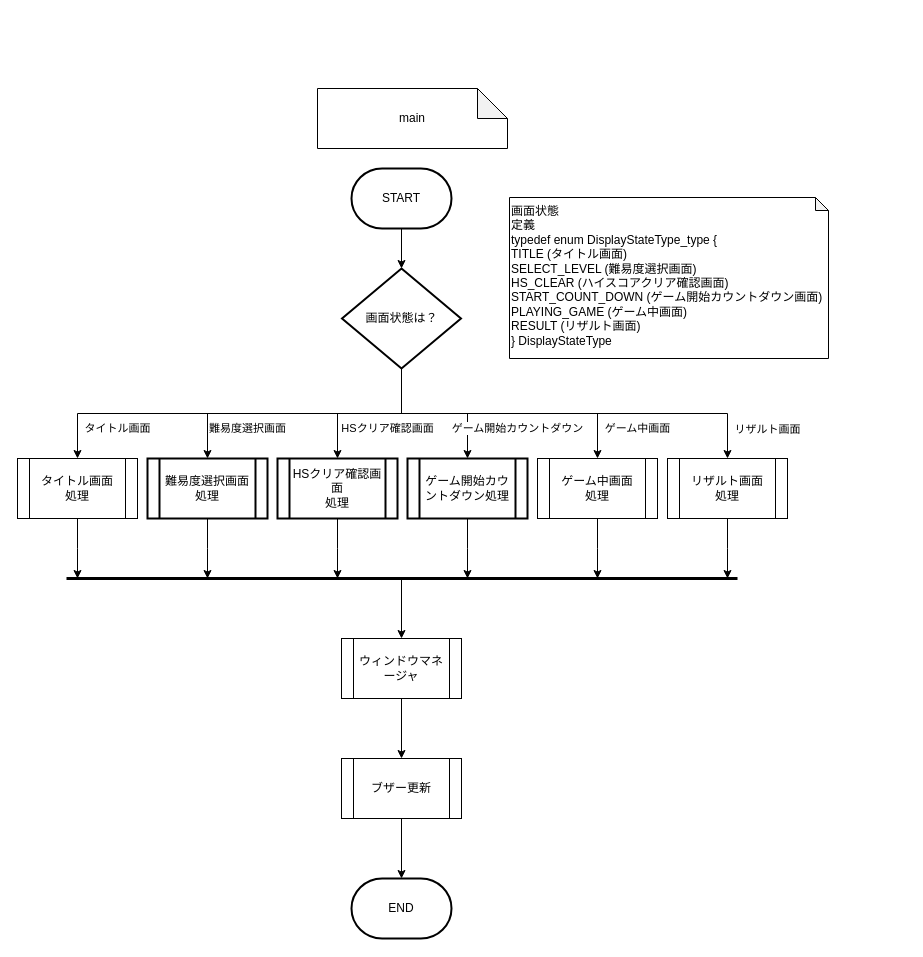
The draw.io diagram page "main" (1 of 10) of 資料/設計書/フローチャート/モグラ叩き_フローチャート_ゲーム前.drawio in hakohumi/comp.train.whack-a-mole, before the edit. Source tidied: cells renumbered, new cells numbered last; positions are measured from the earlier drawing's top-left corner, leaving out a move shared by most shapes. Both pictures are drawn from the tidied source at 100%, with x=0, y=0 at pixel (17, 88).
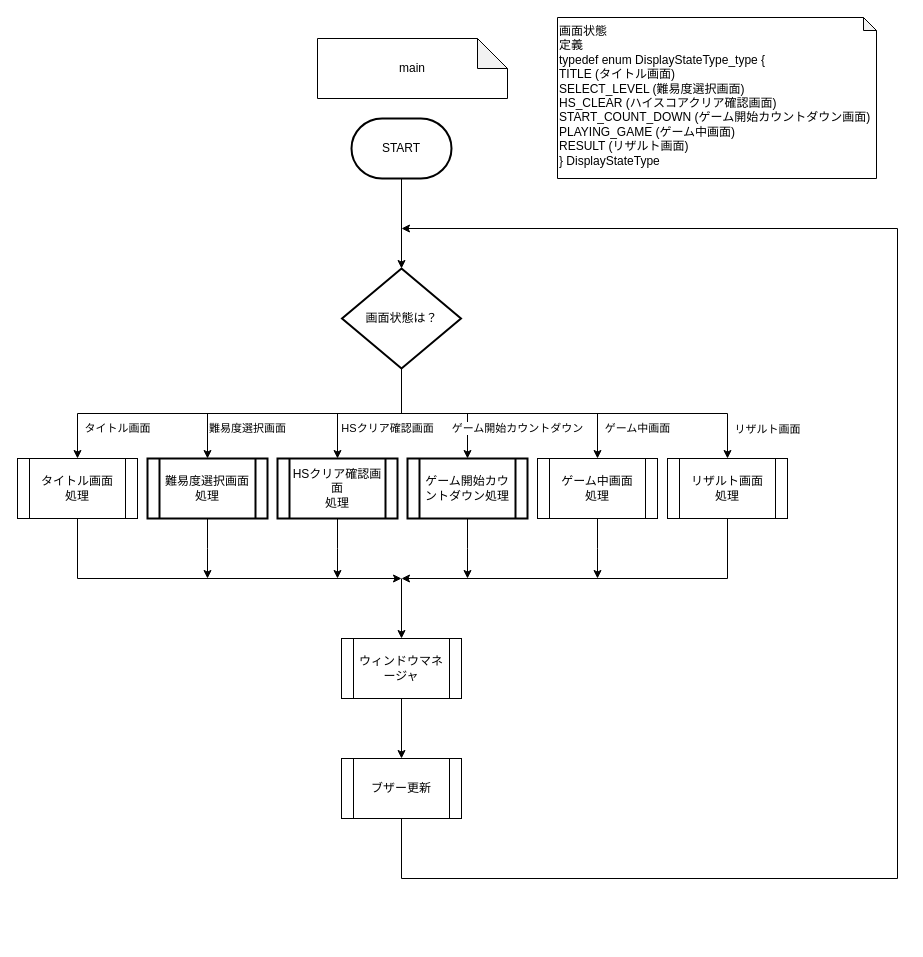
The same page after the edit.

Unchanged cells that the change refers to:
```xml
<mxCell id="10" value="画面状態は？" style="strokeWidth=2;html=1;shape=mxgraph.flowchart.decision;whiteSpace=wrap;" parent="1" vertex="1">
  <mxGeometry x="324.5" y="180" width="119" height="100" as="geometry" />
</mxCell>
<mxCell id="12" value="タイトル画面&lt;br&gt;処理" style="shape=process;whiteSpace=wrap;html=1;backgroundOutline=1;" parent="1" vertex="1">
  <mxGeometry y="370" width="120" height="60" as="geometry" />
</mxCell>
<mxCell id="16" value="リザルト画面&lt;br&gt;処理" style="shape=process;whiteSpace=wrap;html=1;backgroundOutline=1;" parent="1" vertex="1">
  <mxGeometry x="650" y="370" width="120" height="60" as="geometry" />
</mxCell>
<mxCell id="30" value="ブザー更新" style="shape=process;whiteSpace=wrap;html=1;backgroundOutline=1;" parent="1" vertex="1">
  <mxGeometry x="324" y="670" width="120" height="60" as="geometry" />
</mxCell>
```

What changed in the source:
```diff
@@
-    <mxCell id="2" style="edgeStyle=orthogonalEdgeStyle;rounded=0;jettySize=auto;html=1;" parent="1" edge="1" source="3" target="10">
+    <mxCell id="2" style="edgeStyle=orthogonalEdgeStyle;rounded=0;jettySize=auto;html=1;exitX=0.5;exitY=1;exitDx=0;exitDy=0;exitPerimeter=0;" parent="1" edge="1" source="3" target="10">
       <mxGeometry relative="1" as="geometry" />
     </mxCell>
     <mxCell id="3" value="START" style="strokeWidth=2;html=1;shape=mxgraph.flowchart.terminator;whiteSpace=wrap;" parent="1" vertex="1">
-      <mxGeometry x="334" y="80" width="100" height="60" as="geometry" />
+      <mxGeometry x="334" y="30" width="100" height="60" as="geometry" />
     </mxCell>
@@
     <mxCell id="11" style="edgeStyle=orthogonalEdgeStyle;rounded=0;jettySize=auto;html=1;exitX=0.5;exitY=1;exitDx=0;exitDy=0;strokeWidth=1;" parent="1" edge="1" source="12">
       <mxGeometry relative="1" as="geometry">
-        <mxPoint x="60" y="490" as="targetPoint" />
+        <mxPoint x="384" y="490" as="targetPoint" />
+        <Array as="points">
+          <mxPoint x="60" y="490" />
+        </Array>
       </mxGeometry>
     </mxCell>
@@
     <mxCell id="15" style="edgeStyle=orthogonalEdgeStyle;rounded=0;jettySize=auto;html=1;exitX=0.5;exitY=1;exitDx=0;exitDy=0;strokeWidth=1;" parent="1" edge="1" source="16">
       <mxGeometry relative="1" as="geometry">
-        <mxPoint x="710" y="490" as="targetPoint" />
+        <mxPoint x="384" y="490" as="targetPoint" />
+        <Array as="points">
+          <mxPoint x="710" y="490" />
+          <mxPoint x="384" y="490" />
+        </Array>
       </mxGeometry>
     </mxCell>
@@
     <mxCell id="17" value="main" style="shape=note;whiteSpace=wrap;html=1;backgroundOutline=1;darkOpacity=0.05;" parent="1" vertex="1">
-      <mxGeometry x="300" width="190" height="60" as="geometry" />
+      <mxGeometry x="300" y="-50" width="190" height="60" as="geometry" />
     </mxCell>
-    <mxCell id="18" value="END" style="strokeWidth=2;html=1;shape=mxgraph.flowchart.terminator;whiteSpace=wrap;" parent="1" vertex="1">
-      <mxGeometry x="334" y="790" width="100" height="60" as="geometry" />
-    </mxCell>
@@
-    <mxCell id="25" style="endArrow=none;html=1;strokeWidth=3;" parent="1" edge="1">
-      <mxGeometry relative="1" as="geometry">
-        <mxPoint x="49" y="490" as="sourcePoint" />
-        <mxPoint x="720" y="490" as="targetPoint" />
-      </mxGeometry>
-    </mxCell>
@@
-    <mxCell id="29" style="edgeStyle=orthogonalEdgeStyle;rounded=0;jettySize=auto;html=1;strokeWidth=1;" parent="1" edge="1" source="30" target="18">
-      <mxGeometry relative="1" as="geometry" />
+    <mxCell id="29" style="edgeStyle=orthogonalEdgeStyle;rounded=0;jettySize=auto;html=1;strokeWidth=1;exitX=0.5;exitY=1;exitDx=0;exitDy=0;" parent="1" edge="1" source="30">
+      <mxGeometry relative="1" as="geometry">
+        <mxPoint x="384" y="140" as="targetPoint" />
+        <Array as="points">
+          <mxPoint x="384" y="790" />
+          <mxPoint x="880" y="790" />
+          <mxPoint x="880" y="140" />
+          <mxPoint x="384" y="140" />
+        </Array>
+      </mxGeometry>
     </mxCell>
@@
     <mxCell id="31" value="画面状態&lt;br&gt;定義&lt;br&gt;typedef enum DisplayStateType_type {&amp;nbsp;&lt;br&gt;TITLE (タイトル画面)&lt;br&gt;SELECT_LEVEL (難易度選択画面)&lt;br&gt;HS_CLEAR (ハイスコアクリア確認画面)&lt;br&gt;START_COUNT_DOWN (ゲーム開始カウントダウン画面)&lt;br&gt;PLAYING_GAME (ゲーム中画面)&lt;br&gt;RESULT (リザルト画面)&lt;br&gt;} DisplayStateType" style="shape=note;html=1;backgroundOutline=1;darkOpacity=0.05;size=13;align=left;verticalAlign=top;" parent="1" vertex="1">
-      <mxGeometry x="492" y="109" width="319" height="161" as="geometry" />
+      <mxGeometry x="540" y="-71" width="319" height="161" as="geometry" />
     </mxCell>
```
